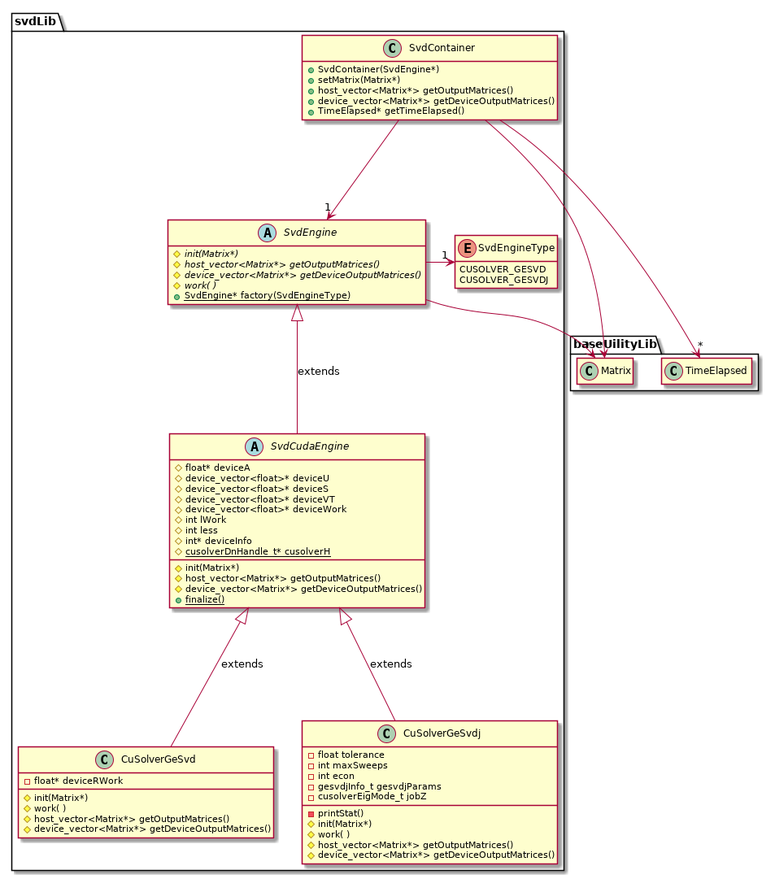
Above: uml/out/uml/src/SvdDiagram.png in newfla/CUDA-K-SVD-Denoising (PlantUML), before the change.
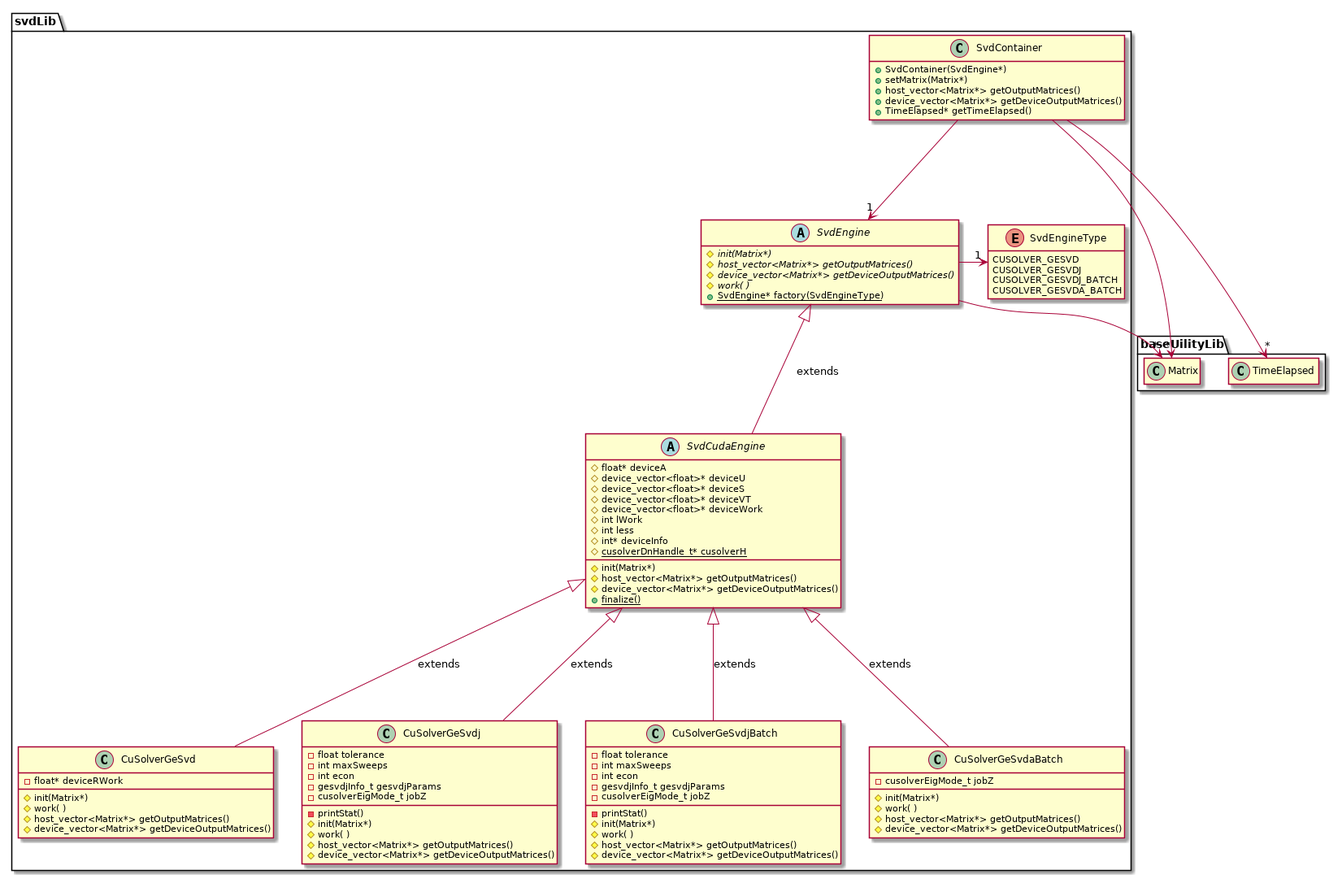
Later version of the same file.

Diff of the diagram source:
```diff
@@ -31,8 +31,10 @@
     }
 
     enum SvdEngineType{
-            CUSOLVER_GESVD
-            CUSOLVER_GESVDJ
+        CUSOLVER_GESVD
+        CUSOLVER_GESVDJ
+        CUSOLVER_GESVDJ_BATCH
+        CUSOLVER_GESVDA_BATCH
     }
 
     class CuSolverGeSvd{
@@ -60,6 +62,30 @@
         # device_vector<Matrix*> getDeviceOutputMatrices()
     }
 
+    class CuSolverGeSvdjBatch{
+
+        - float tolerance
+        - int maxSweeps
+        - int econ
+        - gesvdjInfo_t gesvdjParams
+        - cusolverEigMode_t jobZ
+
+        - printStat()
+        # init(Matrix*)
+        # work( )
+        # host_vector<Matrix*> getOutputMatrices()
+        # device_vector<Matrix*> getDeviceOutputMatrices()
+    }
+
+    class CuSolverGeSvdaBatch{
+        - cusolverEigMode_t jobZ
+
+        # init(Matrix*)
+        # work( )
+        # host_vector<Matrix*> getOutputMatrices()
+        # device_vector<Matrix*> getDeviceOutputMatrices()
+    }
+
     class SvdContainer{
 
         + SvdContainer(SvdEngine*)
@@ -73,6 +99,8 @@
     SvdEngine -> "1" SvdEngineType
     SvdEngine <|-- SvdCudaEngine : extends
     SvdCudaEngine <|-- CuSolverGeSvdj : extends
+    SvdCudaEngine <|-- CuSolverGeSvdjBatch : extends
+    SvdCudaEngine <|-- CuSolverGeSvdaBatch : extends
     SvdCudaEngine <|-- CuSolverGeSvd : extends
 
     hide SvdEngineType methods
```
